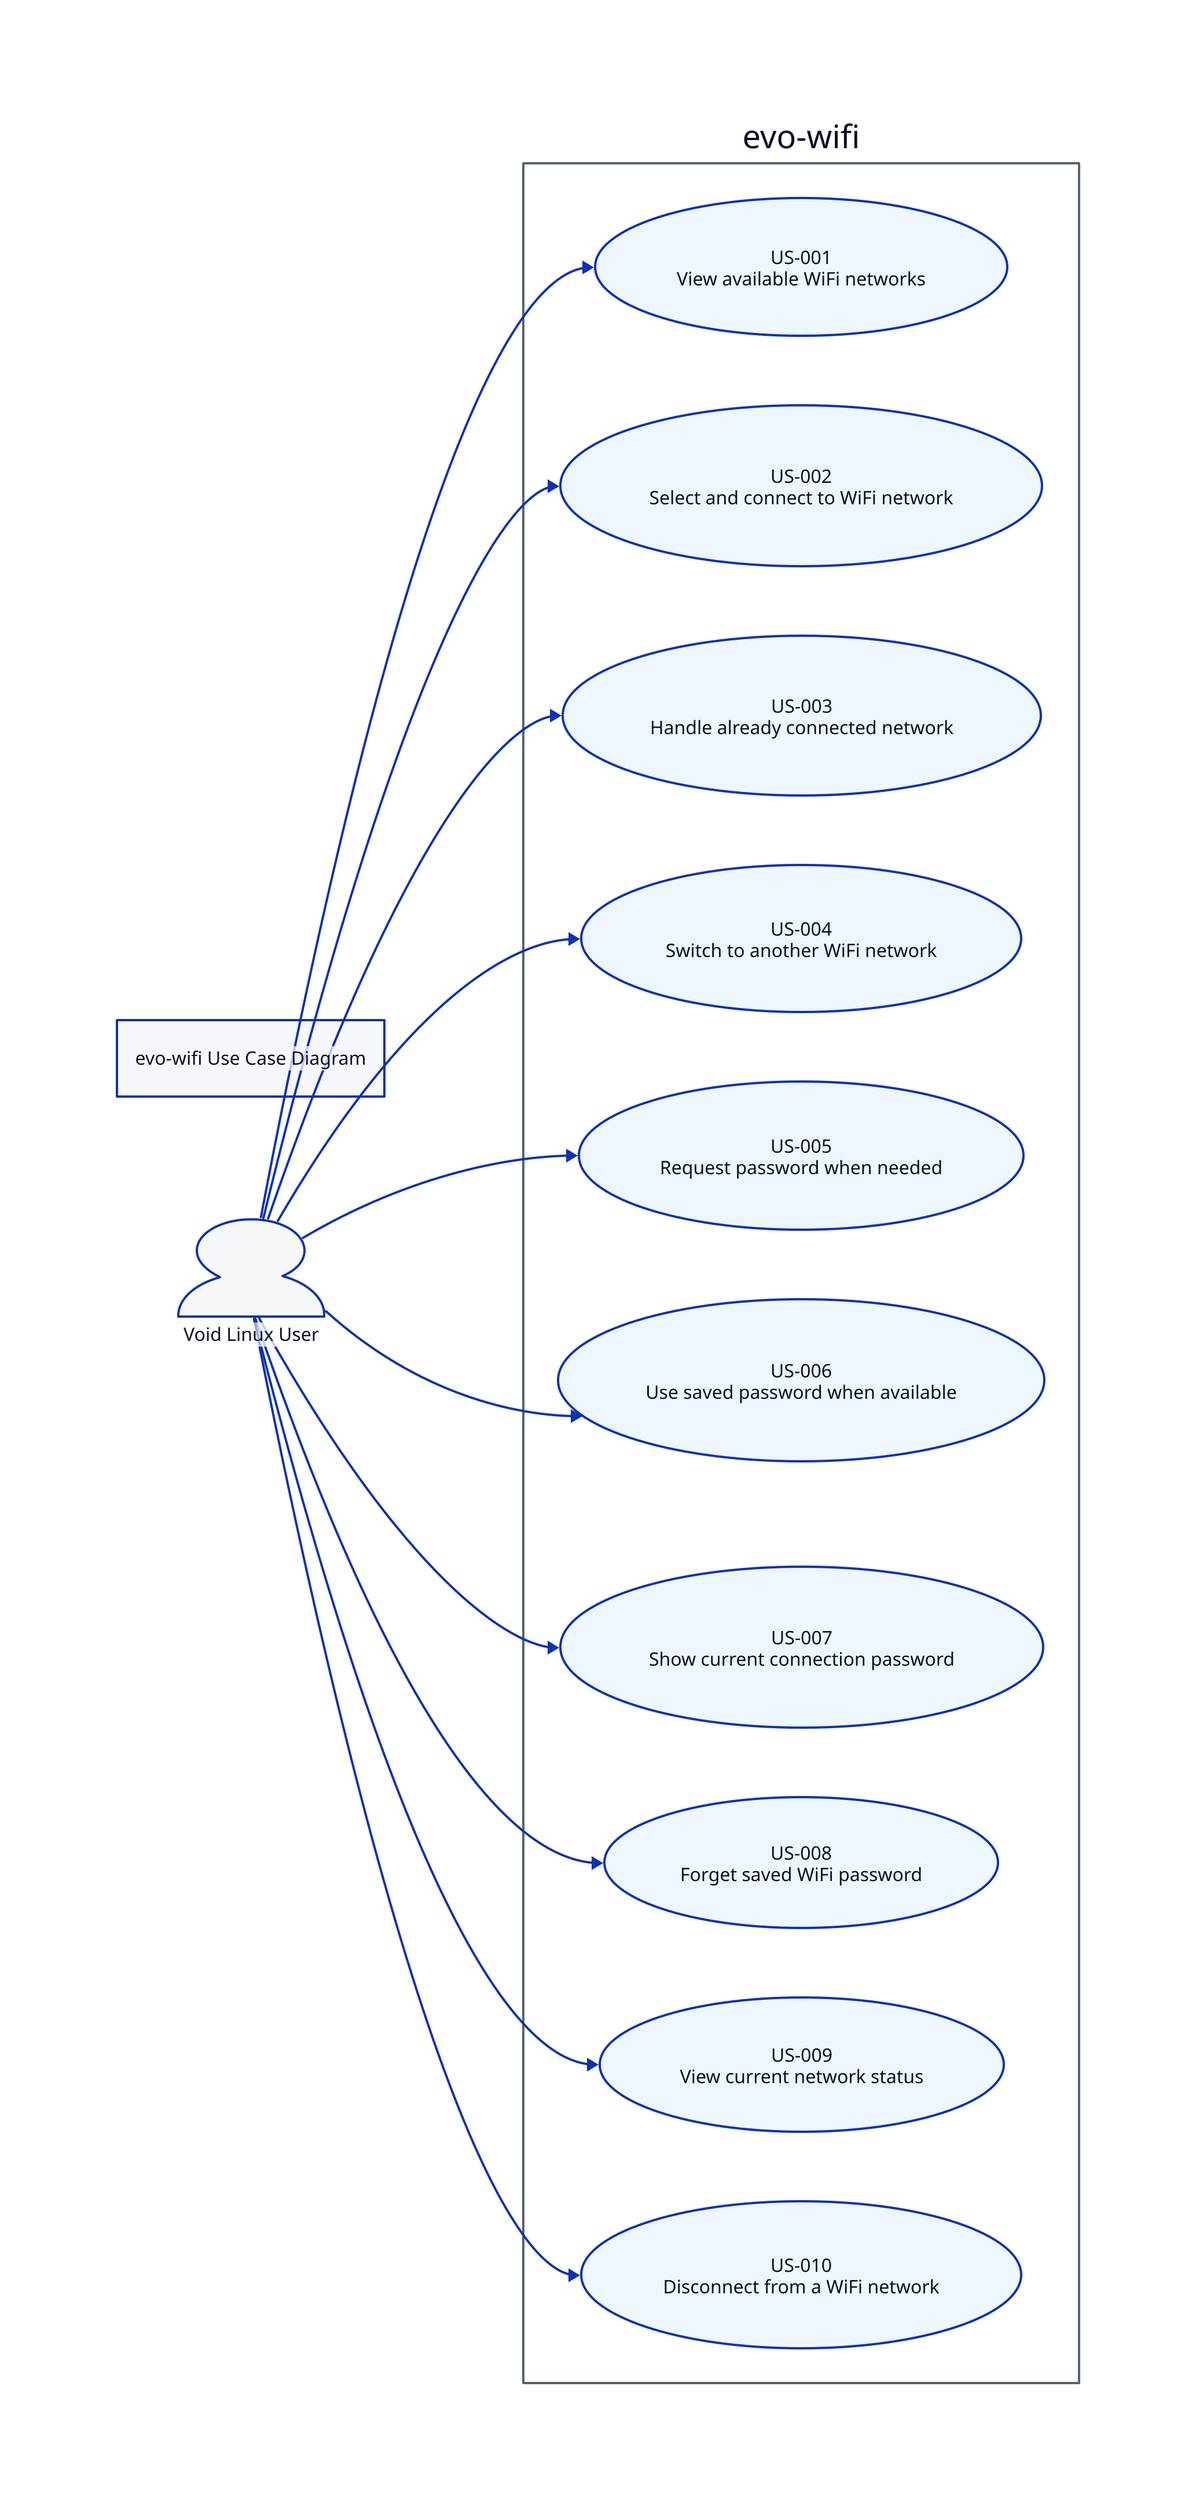
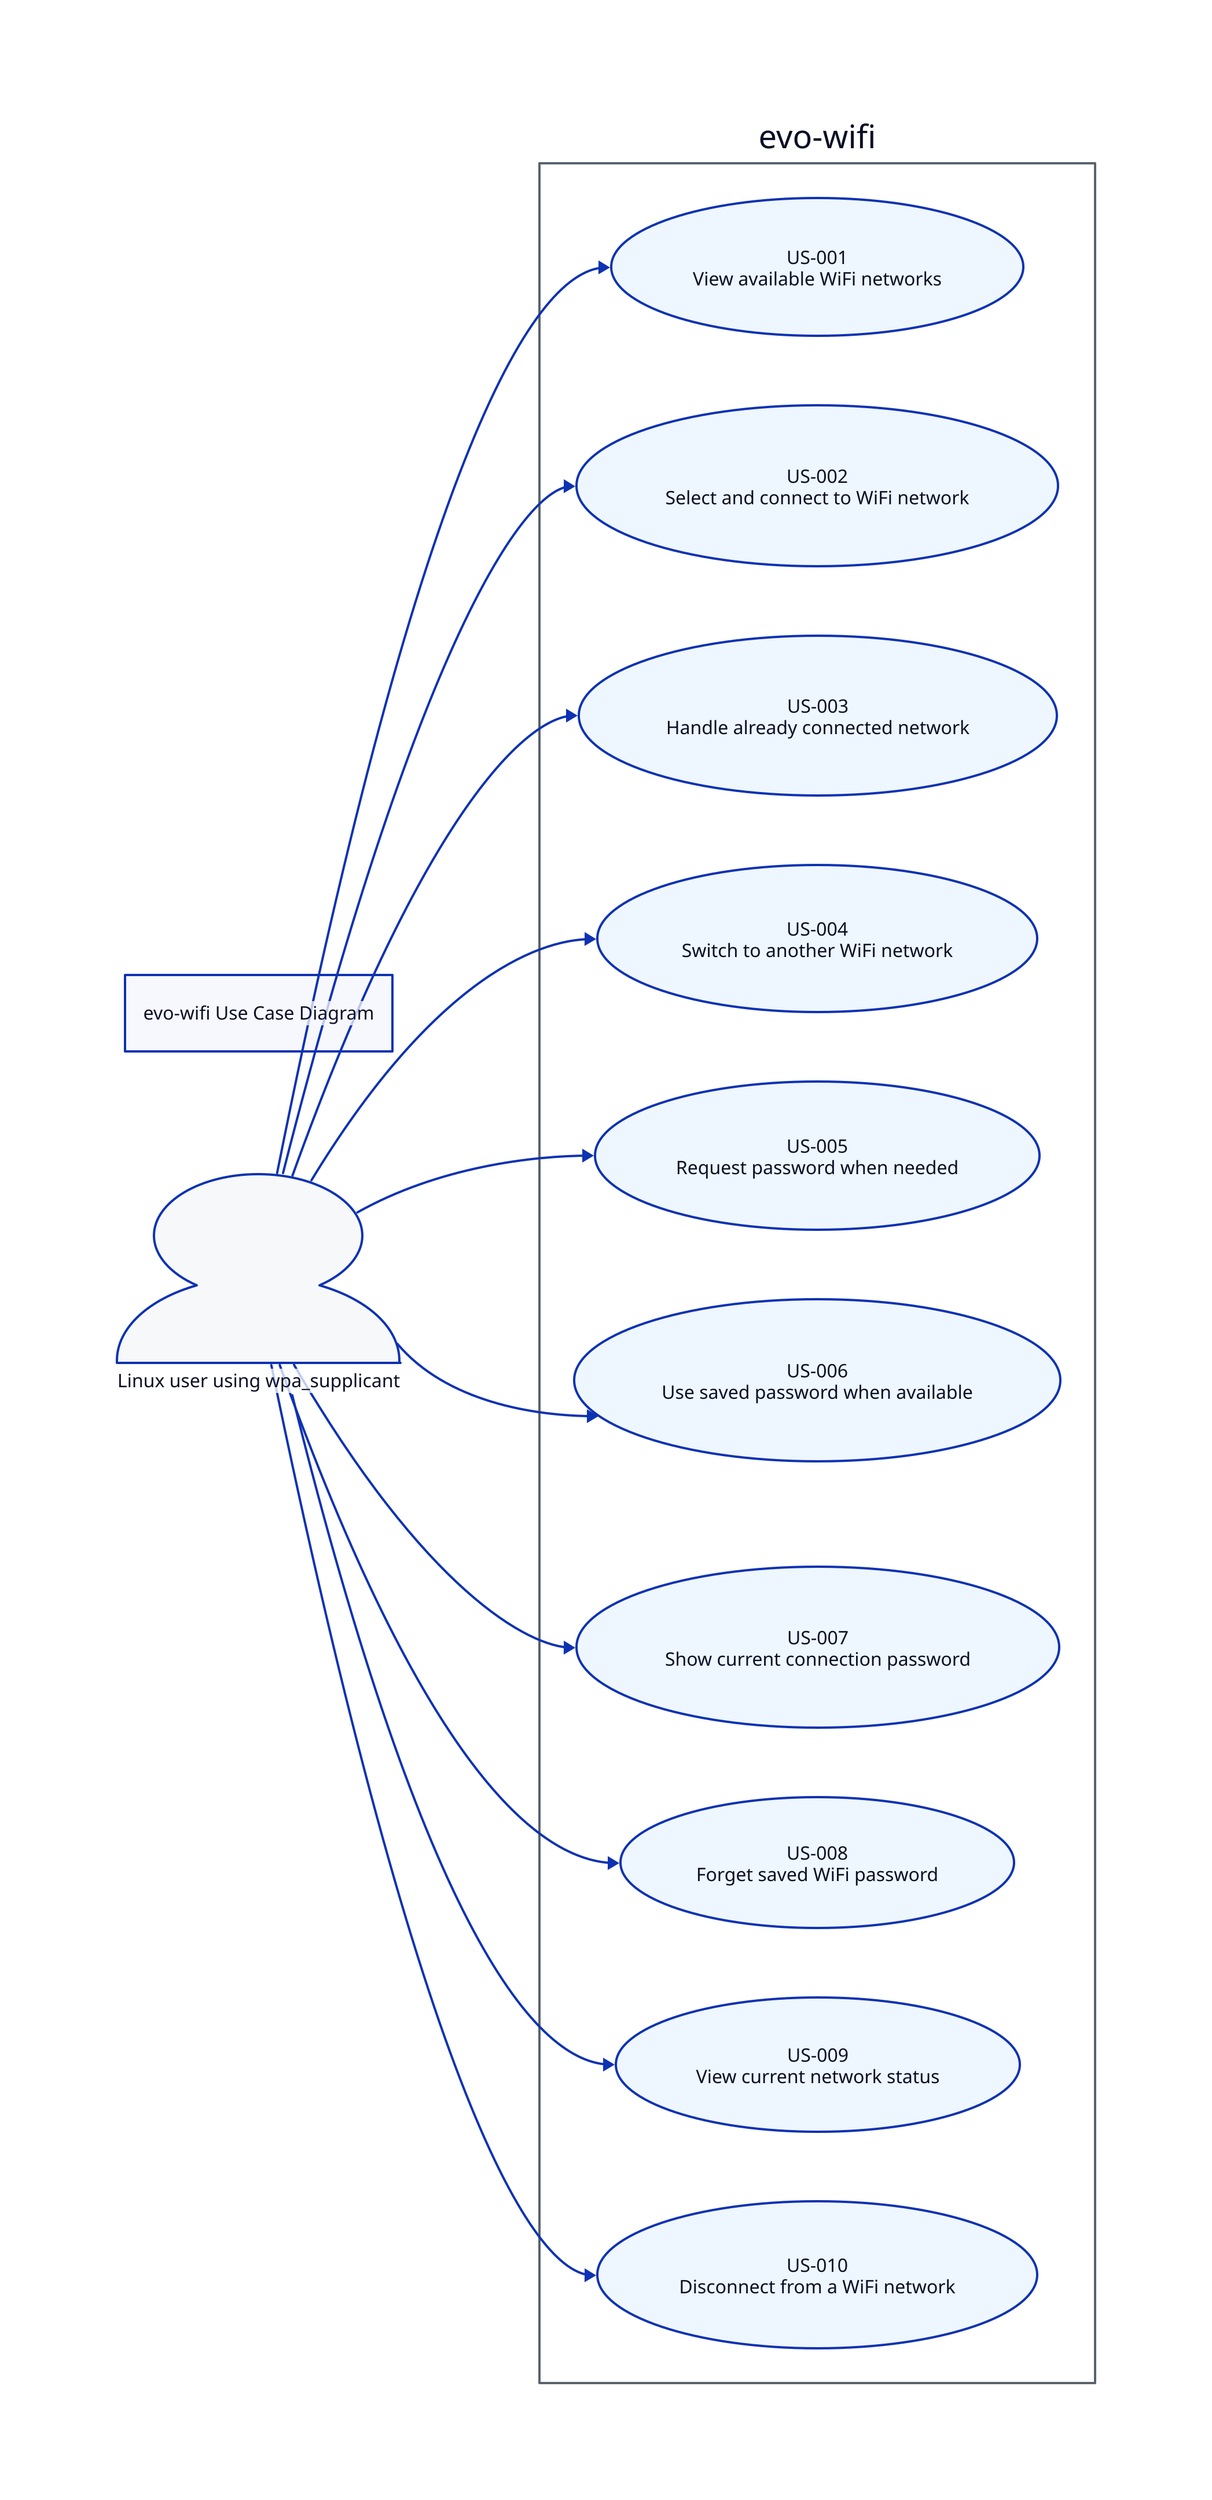
title: "evo-wifi Use Case Diagram"
direction: right

vars: {
  actor-fill: "#f6f8fa"
  use-case-fill: "#eef6ff"
  boundary-fill: "#ffffff"
  stroke: "#59636e"
}

user: {
-   label: "Void Linux User"
+   label: "Linux user using wpa_supplicant"
  shape: person
  style.fill: ${actor-fill}
}

evo_wifi: {
  label: "evo-wifi"
  style.fill: ${boundary-fill}
  style.stroke: ${stroke}

  us_001: {
    label: "US-001\nView available WiFi networks"
    shape: oval
    style.fill: ${use-case-fill}
  }

  us_002: {
    label: "US-002\nSelect and connect to WiFi network"
    shape: oval
    style.fill: ${use-case-fill}
  }

  us_003: {
    label: "US-003\nHandle already connected network"
    shape: oval
    style.fill: ${use-case-fill}
  }

  us_004: {
    label: "US-004\nSwitch to another WiFi network"
    shape: oval
    style.fill: ${use-case-fill}
  }

  us_005: {
    label: "US-005\nRequest password when needed"
    shape: oval
    style.fill: ${use-case-fill}
  }

  us_006: {
    label: "US-006\nUse saved password when available"
    shape: oval
    style.fill: ${use-case-fill}
  }

  us_007: {
    label: "US-007\nShow current connection password"
    shape: oval
    style.fill: ${use-case-fill}
  }

  us_008: {
    label: "US-008\nForget saved WiFi password"
    shape: oval
    style.fill: ${use-case-fill}
  }

  us_009: {
    label: "US-009\nView current network status"
    shape: oval
    style.fill: ${use-case-fill}
  }

  us_010: {
    label: "US-010\nDisconnect from a WiFi network"
    shape: oval
    style.fill: ${use-case-fill}
  }
}

user -> evo_wifi.us_001
user -> evo_wifi.us_002
user -> evo_wifi.us_003
user -> evo_wifi.us_004
user -> evo_wifi.us_005
user -> evo_wifi.us_006
user -> evo_wifi.us_007
user -> evo_wifi.us_008
user -> evo_wifi.us_009
user -> evo_wifi.us_010
